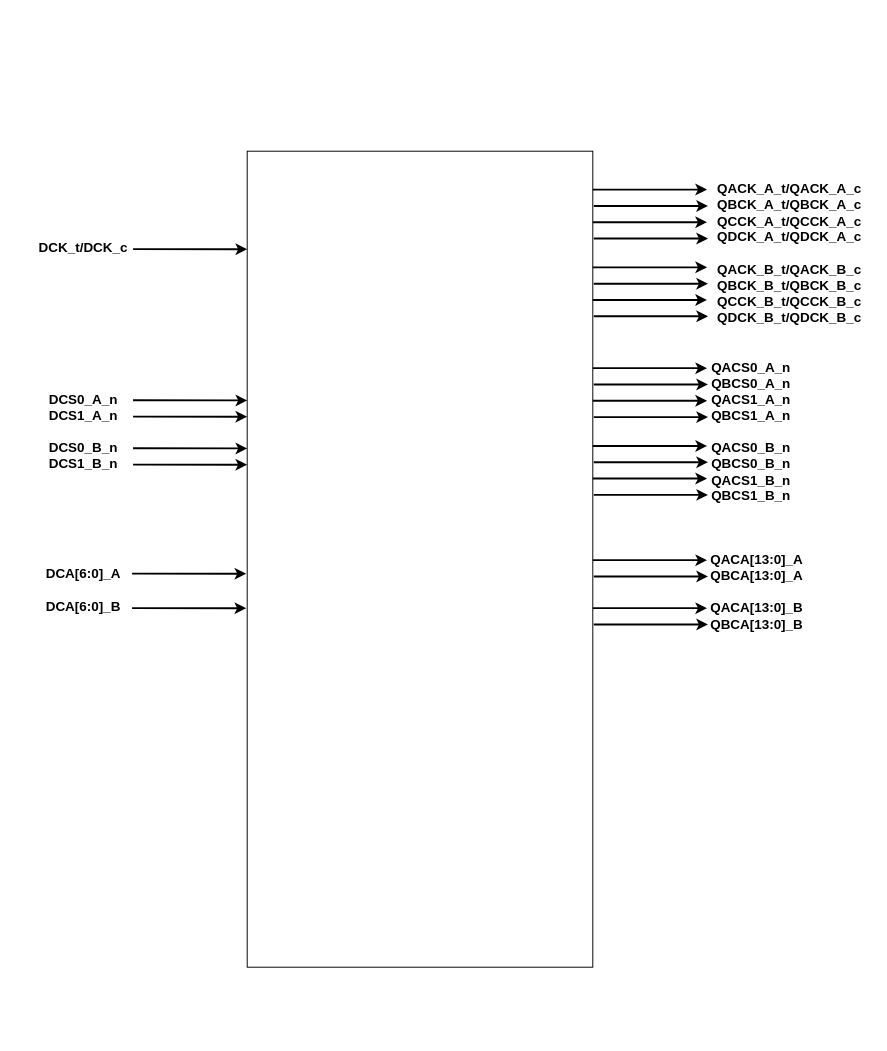
Earlier version of the draw.io diagram docs/images/dimm/rcd_input_output_pins.drawio (shingaridavesh/memoryandarchitecture). Source tidied: cells renumbered, new cells numbered last; positions are measured from the earlier drawing's top-left corner, leaving out a move shared by most shapes. Both pictures are drawn from the tidied source at 96%, with x=0, y=0 at pixel (35, 151).
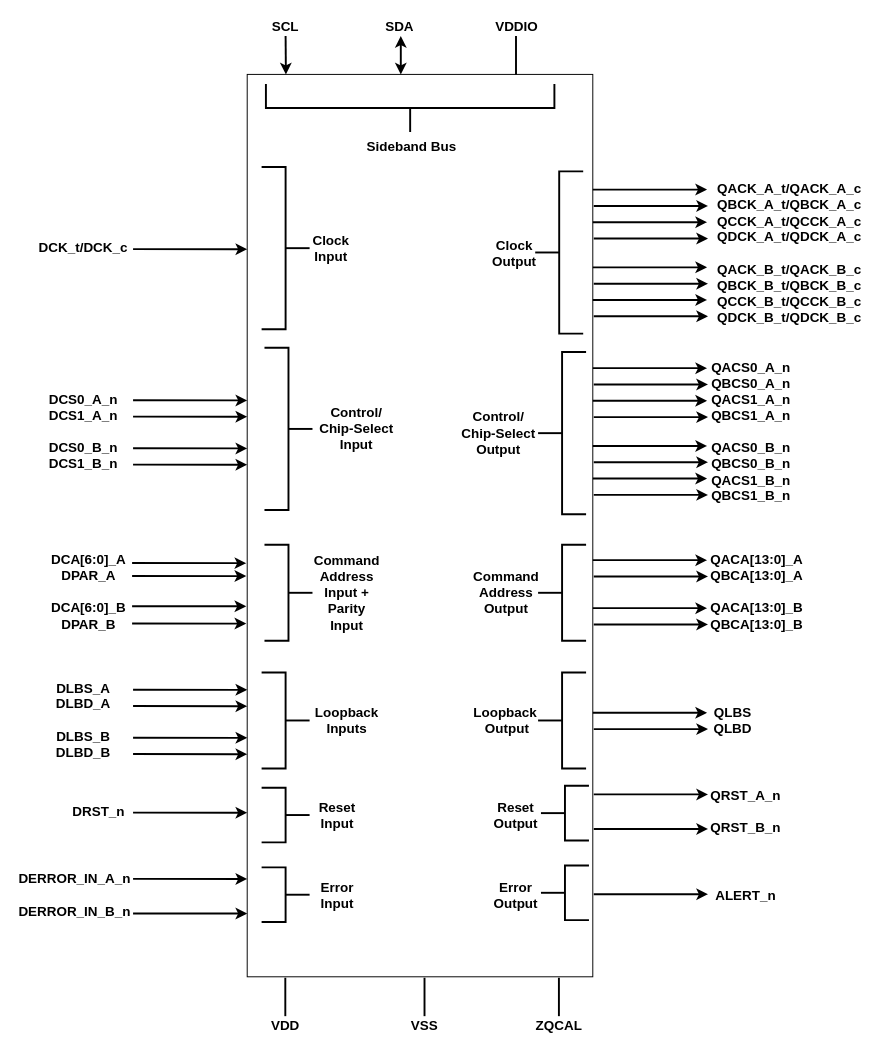
The same diagram, later.

What changed in the source:
```diff
@@
     <mxCell id="2" style="rounded=0;whiteSpace=wrap;html=1;" parent="1" vertex="1">
-      <mxGeometry x="221" width="360" height="850" as="geometry" />
+      <mxGeometry x="221" y="-80" width="360" height="940" as="geometry" />
     </mxCell>
@@
     <mxCell id="33" style="endArrow=classic;html=1;rounded=0;entryX=-0.003;entryY=0.059;entryDx=0;entryDy=0;entryPerimeter=0;strokeWidth=2;" parent="1" edge="1">
       <mxGeometry relative="1" as="geometry">
-        <mxPoint x="101.1" y="440" as="sourcePoint" />
-        <mxPoint x="220" y="440.1" as="targetPoint" />
+        <mxPoint x="101.1" y="429" as="sourcePoint" />
+        <mxPoint x="220" y="429.1" as="targetPoint" />
       </mxGeometry>
     </mxCell>
     <mxCell id="34" style="endArrow=classic;html=1;rounded=0;entryX=-0.003;entryY=0.059;entryDx=0;entryDy=0;entryPerimeter=0;strokeWidth=2;" parent="1" edge="1">
       <mxGeometry relative="1" as="geometry">
-        <mxPoint x="101.1" y="476" as="sourcePoint" />
-        <mxPoint x="220" y="476.1" as="targetPoint" />
+        <mxPoint x="101.1" y="474" as="sourcePoint" />
+        <mxPoint x="220" y="474.1" as="targetPoint" />
       </mxGeometry>
     </mxCell>
-    <mxCell id="35" value="DCA[6:0]_A&lt;div&gt;&lt;br&gt;&lt;/div&gt;&lt;div&gt;DCA[6:0]_B&lt;/div&gt;" style="text;html=1;align=center;verticalAlign=middle;whiteSpace=wrap;rounded=0;fontStyle=1;fontSize=14;" parent="1" vertex="1">
-      <mxGeometry y="429" width="101.1" height="56" as="geometry" />
+    <mxCell id="35" value="DCA[6:0]_A&lt;div&gt;DPAR_A&lt;/div&gt;&lt;div&gt;&lt;br&gt;&lt;/div&gt;&lt;div&gt;DCA[6:0]_B&lt;/div&gt;&lt;div&gt;DPAR_B&lt;/div&gt;" style="text;html=1;align=center;verticalAlign=middle;whiteSpace=wrap;rounded=0;fontStyle=1;fontSize=14;" parent="1" vertex="1">
+      <mxGeometry x="11" y="418" width="90.1" height="81" as="geometry" />
     </mxCell>
+    <mxCell id="36" style="endArrow=classic;html=1;rounded=0;entryX=-0.003;entryY=0.059;entryDx=0;entryDy=0;entryPerimeter=0;strokeWidth=2;" parent="1" edge="1">
+      <mxGeometry relative="1" as="geometry">
+        <mxPoint x="102.1" y="561" as="sourcePoint" />
+        <mxPoint x="221" y="561.1" as="targetPoint" />
+      </mxGeometry>
+    </mxCell>
+    <mxCell id="37" value="DLBS_A&lt;div&gt;DLBD_A&lt;/div&gt;&lt;div&gt;&lt;br&gt;&lt;/div&gt;&lt;div&gt;DLBS_B&lt;/div&gt;&lt;div&gt;DLBD_B&lt;/div&gt;" style="text;html=1;align=center;verticalAlign=middle;whiteSpace=wrap;rounded=0;fontStyle=1;fontSize=14;" parent="1" vertex="1">
+      <mxGeometry y="548" width="101.1" height="90" as="geometry" />
+    </mxCell>
+    <mxCell id="38" style="endArrow=classic;html=1;rounded=0;entryX=-0.003;entryY=0.059;entryDx=0;entryDy=0;entryPerimeter=0;strokeWidth=2;" parent="1" edge="1">
+      <mxGeometry relative="1" as="geometry">
+        <mxPoint x="102.1" y="578" as="sourcePoint" />
+        <mxPoint x="221" y="578.1" as="targetPoint" />
+      </mxGeometry>
+    </mxCell>
+    <mxCell id="39" style="endArrow=classic;html=1;rounded=0;entryX=-0.003;entryY=0.059;entryDx=0;entryDy=0;entryPerimeter=0;strokeWidth=2;" parent="1" edge="1">
+      <mxGeometry relative="1" as="geometry">
+        <mxPoint x="102.1" y="611" as="sourcePoint" />
+        <mxPoint x="221" y="611.1" as="targetPoint" />
+      </mxGeometry>
+    </mxCell>
+    <mxCell id="40" style="endArrow=classic;html=1;rounded=0;entryX=-0.003;entryY=0.059;entryDx=0;entryDy=0;entryPerimeter=0;strokeWidth=2;" parent="1" edge="1">
+      <mxGeometry relative="1" as="geometry">
+        <mxPoint x="102.1" y="628" as="sourcePoint" />
+        <mxPoint x="221" y="628.1" as="targetPoint" />
+      </mxGeometry>
+    </mxCell>
+    <mxCell id="41" style="endArrow=classic;html=1;rounded=0;entryX=-0.003;entryY=0.059;entryDx=0;entryDy=0;entryPerimeter=0;strokeWidth=2;" parent="1" edge="1">
+      <mxGeometry relative="1" as="geometry">
+        <mxPoint x="581" y="585" as="sourcePoint" />
+        <mxPoint x="700" y="585" as="targetPoint" />
+      </mxGeometry>
+    </mxCell>
+    <mxCell id="42" style="endArrow=classic;html=1;rounded=0;entryX=-0.003;entryY=0.059;entryDx=0;entryDy=0;entryPerimeter=0;strokeWidth=2;" parent="1" edge="1">
+      <mxGeometry relative="1" as="geometry">
+        <mxPoint x="582" y="602" as="sourcePoint" />
+        <mxPoint x="701" y="602" as="targetPoint" />
+      </mxGeometry>
+    </mxCell>
+    <mxCell id="43" value="QLBS&lt;div&gt;QLBD&lt;/div&gt;" style="text;html=1;align=center;verticalAlign=middle;whiteSpace=wrap;rounded=0;fontStyle=1;fontSize=14;" parent="1" vertex="1">
+      <mxGeometry x="703" y="568" width="48" height="50" as="geometry" />
+    </mxCell>
+    <mxCell id="44" style="endArrow=classic;html=1;rounded=0;entryX=-0.003;entryY=0.059;entryDx=0;entryDy=0;entryPerimeter=0;strokeWidth=2;" parent="1" edge="1">
+      <mxGeometry relative="1" as="geometry">
+        <mxPoint x="102.1" y="689" as="sourcePoint" />
+        <mxPoint x="221" y="689.1" as="targetPoint" />
+      </mxGeometry>
+    </mxCell>
+    <mxCell id="45" value="DRST_n" style="text;html=1;align=center;verticalAlign=middle;whiteSpace=wrap;rounded=0;fontStyle=1;fontSize=14;" parent="1" vertex="1">
+      <mxGeometry x="31" y="678" width="71.1" height="20" as="geometry" />
+    </mxCell>
+    <mxCell id="46" style="endArrow=classic;html=1;rounded=0;entryX=-0.003;entryY=0.059;entryDx=0;entryDy=0;entryPerimeter=0;strokeWidth=2;" parent="1" edge="1">
+      <mxGeometry relative="1" as="geometry">
+        <mxPoint x="582" y="670" as="sourcePoint" />
+        <mxPoint x="701" y="670" as="targetPoint" />
+      </mxGeometry>
+    </mxCell>
+    <mxCell id="47" value="QRST_A_n&lt;div&gt;&lt;br&gt;&lt;div&gt;QRST_B_n&lt;/div&gt;&lt;/div&gt;" style="text;html=1;align=center;verticalAlign=middle;whiteSpace=wrap;rounded=0;fontStyle=1;fontSize=14;" parent="1" vertex="1">
+      <mxGeometry x="708.5" y="663" width="63" height="50" as="geometry" />
+    </mxCell>
+    <mxCell id="48" style="endArrow=classic;html=1;rounded=0;entryX=-0.003;entryY=0.059;entryDx=0;entryDy=0;entryPerimeter=0;strokeWidth=2;" parent="1" edge="1">
+      <mxGeometry relative="1" as="geometry">
+        <mxPoint x="582" y="706" as="sourcePoint" />
+        <mxPoint x="701" y="706" as="targetPoint" />
+      </mxGeometry>
+    </mxCell>
+    <mxCell id="49" style="endArrow=classic;html=1;rounded=0;entryX=-0.003;entryY=0.059;entryDx=0;entryDy=0;entryPerimeter=0;strokeWidth=2;" parent="1" edge="1">
+      <mxGeometry relative="1" as="geometry">
+        <mxPoint x="582" y="774" as="sourcePoint" />
+        <mxPoint x="701" y="774" as="targetPoint" />
+      </mxGeometry>
+    </mxCell>
+    <mxCell id="50" value="ALERT_n" style="text;html=1;align=center;verticalAlign=middle;whiteSpace=wrap;rounded=0;fontStyle=1;fontSize=14;" parent="1" vertex="1">
+      <mxGeometry x="708.5" y="765" width="63" height="20" as="geometry" />
+    </mxCell>
+    <mxCell id="51" style="endArrow=classic;html=1;rounded=0;entryX=-0.003;entryY=0.059;entryDx=0;entryDy=0;entryPerimeter=0;strokeWidth=2;" parent="1" edge="1">
+      <mxGeometry relative="1" as="geometry">
+        <mxPoint x="102.1" y="758" as="sourcePoint" />
+        <mxPoint x="221" y="758.1" as="targetPoint" />
+      </mxGeometry>
+    </mxCell>
+    <mxCell id="52" style="endArrow=classic;html=1;rounded=0;entryX=-0.003;entryY=0.059;entryDx=0;entryDy=0;entryPerimeter=0;strokeWidth=2;" parent="1" edge="1">
+      <mxGeometry relative="1" as="geometry">
+        <mxPoint x="102.1" y="794" as="sourcePoint" />
+        <mxPoint x="221" y="794.1" as="targetPoint" />
+      </mxGeometry>
+    </mxCell>
+    <mxCell id="53" value="DERROR_IN_A_n&lt;div&gt;&lt;br&gt;&lt;/div&gt;&lt;div&gt;DERROR_IN_B_n&lt;/div&gt;" style="text;html=1;align=center;verticalAlign=middle;whiteSpace=wrap;rounded=0;fontStyle=1;fontSize=14;" parent="1" vertex="1">
+      <mxGeometry x="-19" y="747" width="121.1" height="56" as="geometry" />
+    </mxCell>
+    <mxCell id="54" style="endArrow=classic;html=1;rounded=0;entryX=0.112;entryY=0;entryDx=0;entryDy=0;entryPerimeter=0;strokeWidth=2;" parent="1" edge="1" target="2">
+      <mxGeometry relative="1" as="geometry">
+        <mxPoint x="261" y="-120" as="sourcePoint" />
+      </mxGeometry>
+    </mxCell>
+    <mxCell id="55" style="endArrow=classic;html=1;rounded=0;entryX=0.112;entryY=0;entryDx=0;entryDy=0;entryPerimeter=0;strokeWidth=2;startArrow=classic;startFill=1;" parent="1" edge="1">
+      <mxGeometry relative="1" as="geometry">
+        <mxPoint x="381" y="-120" as="sourcePoint" />
+        <mxPoint x="381" y="-80" as="targetPoint" />
+      </mxGeometry>
+    </mxCell>
+    <mxCell id="56" style="endArrow=none;html=1;rounded=0;entryX=0.112;entryY=0;entryDx=0;entryDy=0;entryPerimeter=0;strokeWidth=2;startFill=0;" parent="1" edge="1">
+      <mxGeometry relative="1" as="geometry">
+        <mxPoint x="501" y="-120" as="sourcePoint" />
+        <mxPoint x="501" y="-80" as="targetPoint" />
+      </mxGeometry>
+    </mxCell>
+    <mxCell id="57" value="SCL" style="text;html=1;align=center;verticalAlign=middle;whiteSpace=wrap;rounded=0;fontStyle=1;fontSize=14;" parent="1" vertex="1">
+      <mxGeometry x="236" y="-140" width="50" height="20" as="geometry" />
+    </mxCell>
+    <mxCell id="58" value="SDA" style="text;html=1;align=center;verticalAlign=middle;whiteSpace=wrap;rounded=0;fontStyle=1;fontSize=14;" parent="1" vertex="1">
+      <mxGeometry x="355" y="-140" width="50" height="20" as="geometry" />
+    </mxCell>
+    <mxCell id="59" value="VDDIO" style="text;html=1;align=center;verticalAlign=middle;whiteSpace=wrap;rounded=0;fontStyle=1;fontSize=14;" parent="1" vertex="1">
+      <mxGeometry x="477" y="-140" width="50" height="20" as="geometry" />
+    </mxCell>
+    <mxCell id="60" style="endArrow=none;html=1;rounded=0;entryX=0.112;entryY=0;entryDx=0;entryDy=0;entryPerimeter=0;strokeWidth=2;startFill=0;" parent="1" edge="1">
+      <mxGeometry relative="1" as="geometry">
+        <mxPoint x="260.7" y="861" as="sourcePoint" />
+        <mxPoint x="260.7" y="901" as="targetPoint" />
+      </mxGeometry>
+    </mxCell>
+    <mxCell id="61" value="VDD" style="text;html=1;align=center;verticalAlign=middle;whiteSpace=wrap;rounded=0;fontStyle=1;fontSize=14;" parent="1" vertex="1">
+      <mxGeometry x="236" y="901" width="50" height="20" as="geometry" />
+    </mxCell>
+    <mxCell id="62" style="endArrow=none;html=1;rounded=0;entryX=0.112;entryY=0;entryDx=0;entryDy=0;entryPerimeter=0;strokeWidth=2;startFill=0;" parent="1" edge="1">
+      <mxGeometry relative="1" as="geometry">
+        <mxPoint x="405.7" y="861" as="sourcePoint" />
+        <mxPoint x="405.7" y="901" as="targetPoint" />
+      </mxGeometry>
+    </mxCell>
+    <mxCell id="63" value="VSS" style="text;html=1;align=center;verticalAlign=middle;whiteSpace=wrap;rounded=0;fontStyle=1;fontSize=14;" parent="1" vertex="1">
+      <mxGeometry x="381" y="901" width="50" height="20" as="geometry" />
+    </mxCell>
+    <mxCell id="64" style="endArrow=none;html=1;rounded=0;entryX=0.112;entryY=0;entryDx=0;entryDy=0;entryPerimeter=0;strokeWidth=2;startFill=0;" parent="1" edge="1">
+      <mxGeometry relative="1" as="geometry">
+        <mxPoint x="545.7" y="861" as="sourcePoint" />
+        <mxPoint x="545.7" y="901" as="targetPoint" />
+      </mxGeometry>
+    </mxCell>
+    <mxCell id="65" value="ZQCAL" style="text;html=1;align=center;verticalAlign=middle;whiteSpace=wrap;rounded=0;fontStyle=1;fontSize=14;" parent="1" vertex="1">
+      <mxGeometry x="521" y="901" width="50" height="20" as="geometry" />
+    </mxCell>
+    <mxCell id="66" style="strokeWidth=2;html=1;shape=mxgraph.flowchart.annotation_2;align=left;labelPosition=right;" parent="1" vertex="1">
+      <mxGeometry x="521" y="21" width="50" height="169" as="geometry" />
+    </mxCell>
+    <mxCell id="67" style="strokeWidth=2;html=1;shape=mxgraph.flowchart.annotation_2;align=left;labelPosition=right;direction=west;" parent="1" vertex="1">
+      <mxGeometry x="236" y="16.5" width="50" height="169" as="geometry" />
+    </mxCell>
+    <mxCell id="68" value="Clock Input" style="text;html=1;align=center;verticalAlign=middle;whiteSpace=wrap;rounded=0;fontStyle=1;fontSize=14;" parent="1" vertex="1">
+      <mxGeometry x="286" y="81" width="45" height="40" as="geometry" />
+    </mxCell>
+    <mxCell id="69" value="Clock Output" style="text;html=1;align=center;verticalAlign=middle;whiteSpace=wrap;rounded=0;fontStyle=1;fontSize=14;" parent="1" vertex="1">
+      <mxGeometry x="477" y="85.5" width="45" height="40" as="geometry" />
+    </mxCell>
+    <mxCell id="70" style="strokeWidth=2;html=1;shape=mxgraph.flowchart.annotation_2;align=left;labelPosition=right;" parent="1" vertex="1">
+      <mxGeometry x="524" y="209.2" width="50" height="169" as="geometry" />
+    </mxCell>
+    <mxCell id="71" style="strokeWidth=2;html=1;shape=mxgraph.flowchart.annotation_2;align=left;labelPosition=right;direction=west;" parent="1" vertex="1">
+      <mxGeometry x="239" y="204.8" width="50" height="169" as="geometry" />
+    </mxCell>
+    <mxCell id="72" value="Control/&lt;div&gt;Chip-Select&lt;div&gt;Input&lt;/div&gt;&lt;/div&gt;" style="text;html=1;align=center;verticalAlign=middle;whiteSpace=wrap;rounded=0;fontStyle=1;fontSize=14;" parent="1" vertex="1">
+      <mxGeometry x="289" y="269.2" width="92" height="40" as="geometry" />
+    </mxCell>
+    <mxCell id="73" value="Control/&lt;div&gt;Chip-Select&lt;/div&gt;&lt;div&gt;Output&lt;/div&gt;" style="text;html=1;align=center;verticalAlign=middle;whiteSpace=wrap;rounded=0;fontStyle=1;fontSize=14;" parent="1" vertex="1">
+      <mxGeometry x="441" y="273.8" width="84" height="40" as="geometry" />
+    </mxCell>
+    <mxCell id="74" style="strokeWidth=2;html=1;shape=mxgraph.flowchart.annotation_2;align=left;labelPosition=right;" parent="1" vertex="1">
+      <mxGeometry x="524" y="410" width="50" height="100" as="geometry" />
+    </mxCell>
+    <mxCell id="75" style="strokeWidth=2;html=1;shape=mxgraph.flowchart.annotation_2;align=left;labelPosition=right;direction=west;" parent="1" vertex="1">
+      <mxGeometry x="239" y="410" width="50" height="100" as="geometry" />
+    </mxCell>
+    <mxCell id="76" value="Command Address&lt;div&gt;Input + Parity Input&lt;/div&gt;" style="text;html=1;align=center;verticalAlign=middle;whiteSpace=wrap;rounded=0;fontStyle=1;fontSize=14;" parent="1" vertex="1">
+      <mxGeometry x="289" y="440" width="72" height="40" as="geometry" />
+    </mxCell>
+    <mxCell id="77" value="Command&lt;div&gt;Address Output&lt;/div&gt;" style="text;html=1;align=center;verticalAlign=middle;whiteSpace=wrap;rounded=0;fontStyle=1;fontSize=14;" parent="1" vertex="1">
+      <mxGeometry x="461" y="440" width="60" height="40" as="geometry" />
+    </mxCell>
+    <mxCell id="78" style="strokeWidth=2;html=1;shape=mxgraph.flowchart.annotation_2;align=left;labelPosition=right;direction=west;" parent="1" vertex="1">
+      <mxGeometry x="236" y="543" width="50" height="100" as="geometry" />
+    </mxCell>
+    <mxCell id="79" value="Loopback Inputs" style="text;html=1;align=center;verticalAlign=middle;whiteSpace=wrap;rounded=0;fontStyle=1;fontSize=14;" parent="1" vertex="1">
+      <mxGeometry x="289" y="573" width="72" height="40" as="geometry" />
+    </mxCell>
+    <mxCell id="80" style="strokeWidth=2;html=1;shape=mxgraph.flowchart.annotation_2;align=left;labelPosition=right;" parent="1" vertex="1">
+      <mxGeometry x="524" y="543" width="50" height="100" as="geometry" />
+    </mxCell>
+    <mxCell id="81" value="Loopback&amp;nbsp;&lt;div&gt;Output&lt;/div&gt;" style="text;html=1;align=center;verticalAlign=middle;whiteSpace=wrap;rounded=0;fontStyle=1;fontSize=14;" parent="1" vertex="1">
+      <mxGeometry x="462" y="573" width="60" height="40" as="geometry" />
+    </mxCell>
+    <mxCell id="82" style="strokeWidth=2;html=1;shape=mxgraph.flowchart.annotation_2;align=left;labelPosition=right;direction=west;" parent="1" vertex="1">
+      <mxGeometry x="236" y="663" width="50" height="57" as="geometry" />
+    </mxCell>
+    <mxCell id="83" value="Reset Input" style="text;html=1;align=center;verticalAlign=middle;whiteSpace=wrap;rounded=0;fontStyle=1;fontSize=14;" parent="1" vertex="1">
+      <mxGeometry x="289" y="671.5" width="52" height="40" as="geometry" />
+    </mxCell>
+    <mxCell id="84" style="strokeWidth=2;html=1;shape=mxgraph.flowchart.annotation_2;align=left;labelPosition=right;direction=east;" parent="1" vertex="1">
+      <mxGeometry x="527" y="661" width="50" height="57" as="geometry" />
+    </mxCell>
+    <mxCell id="85" value="Reset Output" style="text;html=1;align=center;verticalAlign=middle;whiteSpace=wrap;rounded=0;fontStyle=1;fontSize=14;" parent="1" vertex="1">
+      <mxGeometry x="475" y="671.5" width="52" height="40" as="geometry" />
+    </mxCell>
+    <mxCell id="86" style="strokeWidth=2;html=1;shape=mxgraph.flowchart.annotation_2;align=left;labelPosition=right;direction=west;" parent="1" vertex="1">
+      <mxGeometry x="236" y="746" width="50" height="57" as="geometry" />
+    </mxCell>
+    <mxCell id="87" value="Error Input" style="text;html=1;align=center;verticalAlign=middle;whiteSpace=wrap;rounded=0;fontStyle=1;fontSize=14;" parent="1" vertex="1">
+      <mxGeometry x="289" y="754.5" width="52" height="40" as="geometry" />
+    </mxCell>
+    <mxCell id="88" style="strokeWidth=2;html=1;shape=mxgraph.flowchart.annotation_2;align=left;labelPosition=right;direction=east;" parent="1" vertex="1">
+      <mxGeometry x="527" y="744" width="50" height="57" as="geometry" />
+    </mxCell>
+    <mxCell id="89" value="Error Output" style="text;html=1;align=center;verticalAlign=middle;whiteSpace=wrap;rounded=0;fontStyle=1;fontSize=14;" parent="1" vertex="1">
+      <mxGeometry x="475" y="754.5" width="52" height="40" as="geometry" />
+    </mxCell>
+    <mxCell id="90" style="strokeWidth=2;html=1;shape=mxgraph.flowchart.annotation_2;align=left;labelPosition=right;direction=north;" parent="1" vertex="1">
+      <mxGeometry x="240.5" y="-70" width="300.5" height="50" as="geometry" />
+    </mxCell>
+    <mxCell id="91" value="Sideband Bus" style="text;html=1;align=center;verticalAlign=middle;whiteSpace=wrap;rounded=0;fontStyle=1;fontSize=14;" parent="1" vertex="1">
+      <mxGeometry x="331" y="-20" width="122.8" height="30" as="geometry" />
+    </mxCell>
+    <mxCell id="92" style="endArrow=classic;html=1;rounded=0;entryX=-0.003;entryY=0.059;entryDx=0;entryDy=0;entryPerimeter=0;strokeWidth=2;" parent="1" edge="1">
+      <mxGeometry relative="1" as="geometry">
+        <mxPoint x="101.1" y="442.5" as="sourcePoint" />
+        <mxPoint x="220" y="442.6" as="targetPoint" />
+      </mxGeometry>
+    </mxCell>
+    <mxCell id="93" style="endArrow=classic;html=1;rounded=0;entryX=-0.003;entryY=0.059;entryDx=0;entryDy=0;entryPerimeter=0;strokeWidth=2;" parent="1" edge="1">
+      <mxGeometry relative="1" as="geometry">
+        <mxPoint x="101.1" y="492" as="sourcePoint" />
+        <mxPoint x="220" y="492.1" as="targetPoint" />
+      </mxGeometry>
+    </mxCell>
```
